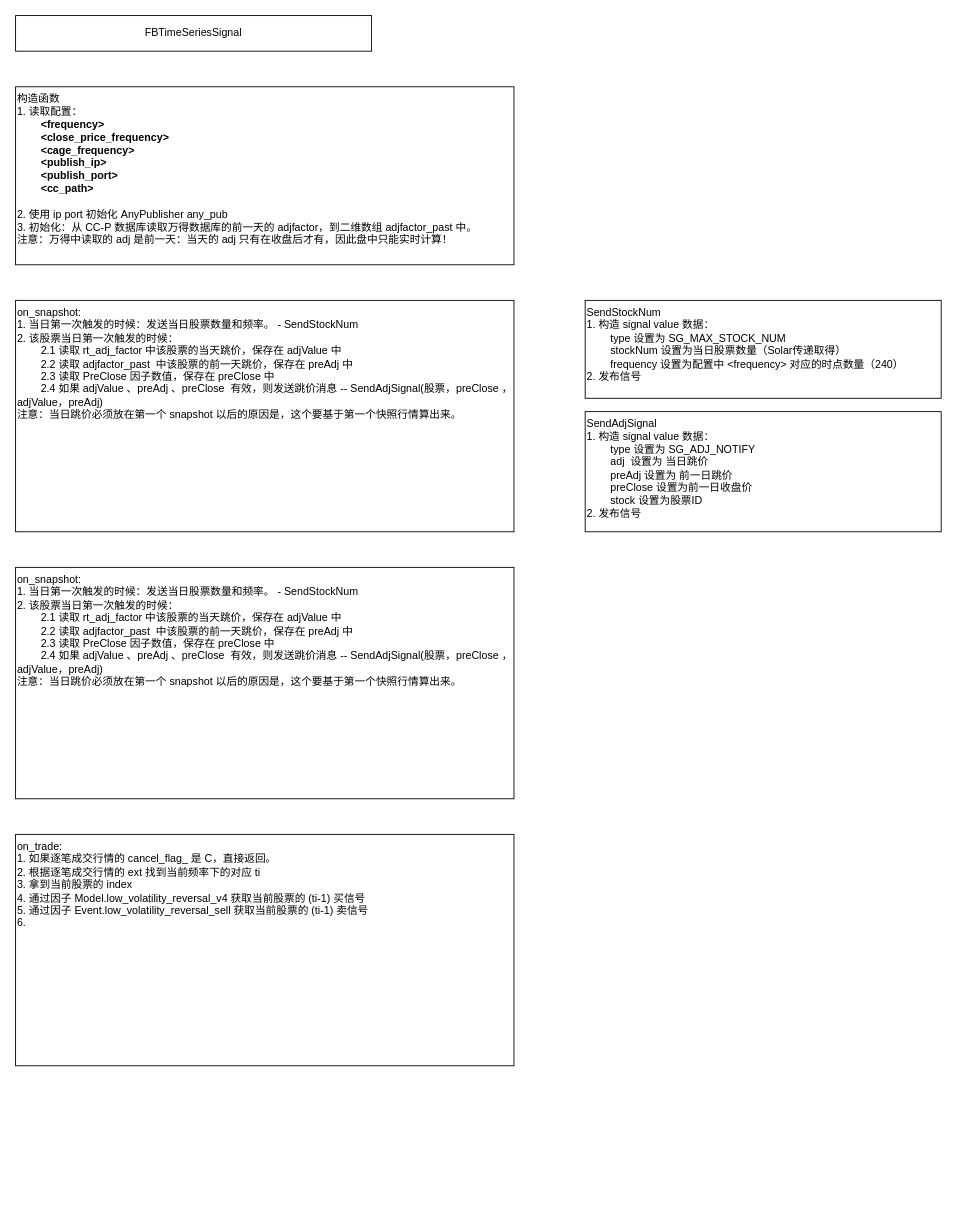
Earlier version of the draw.io diagram 股票时序.drawio (zhaxd123/drawio). Source tidied: cells renumbered, new cells numbered last; positions are measured from the earlier drawing's top-left corner, leaving out a move shared by most shapes. Both pictures are drawn from the tidied source at 89%, with x=0, y=0 at pixel (15, 15).
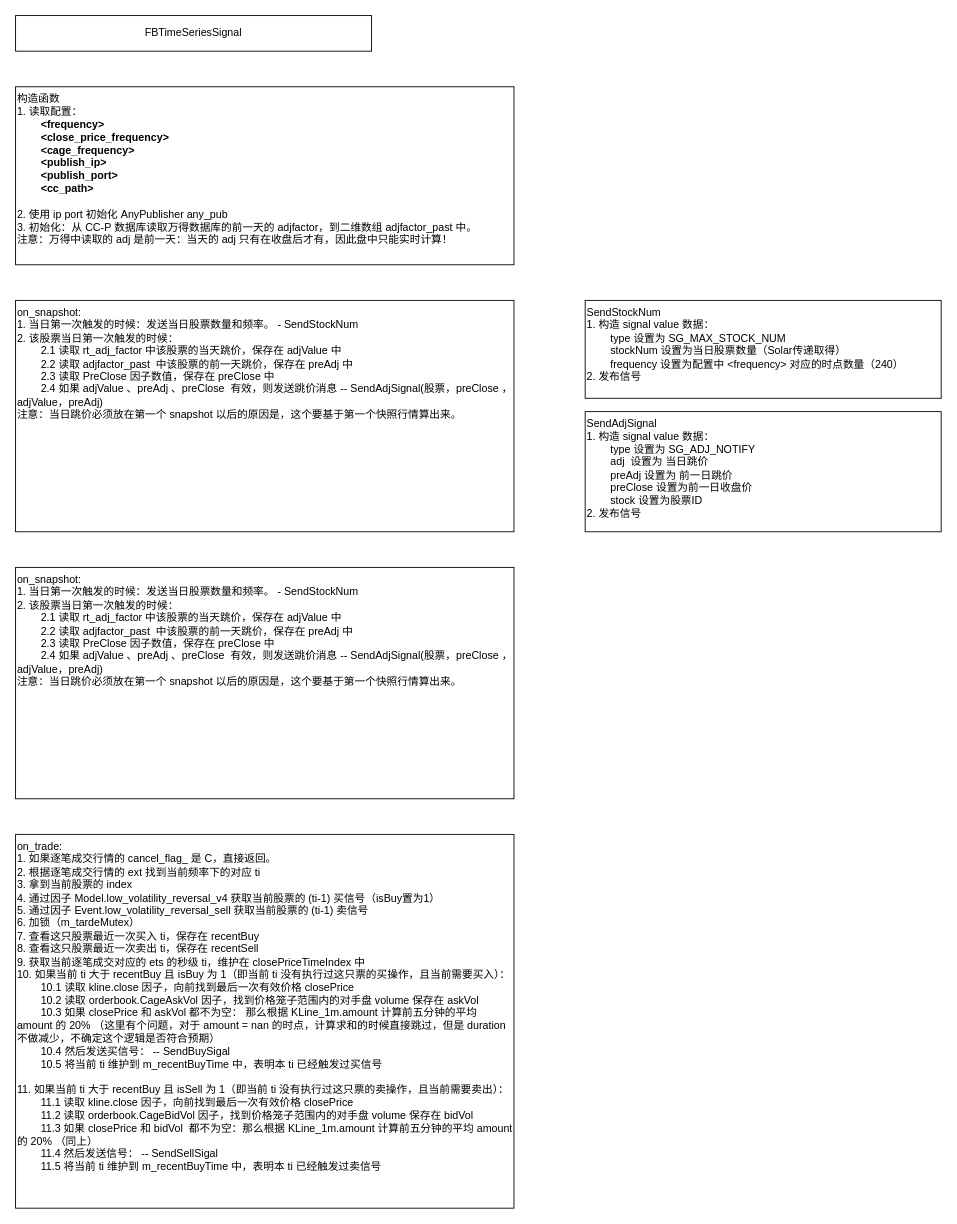
After the change.

Commit message:
更新股票时序.drawio

Diff of the diagram source:
```diff
@@
 <mxGraphModel>
   <root>
     <mxCell id="0" />
     <mxCell id="1" parent="0" />
     <mxCell id="2" value="FBTimeSeriesSignal" style="rounded=0;whiteSpace=wrap;html=1;" parent="1" vertex="1">
       <mxGeometry width="400" height="40" as="geometry" />
     </mxCell>
     <mxCell id="3" value="构造函数&lt;div&gt;1.&amp;nbsp;读取配置：&lt;/div&gt;&lt;div&gt;&lt;b&gt;&lt;span style=&quot;white-space: pre;&quot;&gt;&#9;&lt;/span&gt;&amp;lt;frequency&amp;gt;&amp;nbsp;&lt;/b&gt;&lt;/div&gt;&lt;div&gt;&lt;b&gt;&lt;span style=&quot;white-space: pre;&quot;&gt;&#9;&lt;/span&gt;&amp;lt;close_price_frequency&amp;gt;&amp;nbsp;&lt;/b&gt;&lt;/div&gt;&lt;div&gt;&lt;b&gt;&lt;span style=&quot;white-space: pre;&quot;&gt;&#9;&lt;/span&gt;&amp;lt;cage_frequency&amp;gt;&lt;br&gt;&lt;/b&gt;&lt;/div&gt;&lt;div&gt;&lt;b&gt;&lt;span style=&quot;white-space: pre;&quot;&gt;&#9;&lt;/span&gt;&amp;lt;publish_ip&amp;gt;&lt;br&gt;&lt;/b&gt;&lt;/div&gt;&lt;div&gt;&lt;b&gt;&lt;span style=&quot;white-space: pre;&quot;&gt;&#9;&lt;/span&gt;&amp;lt;publish_port&amp;gt;&lt;/b&gt;&lt;/div&gt;&lt;div&gt;&lt;b&gt;&lt;span style=&quot;white-space: pre;&quot;&gt;&#9;&lt;/span&gt;&amp;lt;cc_path&amp;gt;&lt;/b&gt;&lt;br&gt;&lt;/div&gt;&lt;div&gt;&lt;br&gt;&lt;/div&gt;&lt;div&gt;2.&amp;nbsp;使用&amp;nbsp;ip&amp;nbsp;port&amp;nbsp;初始化 AnyPublisher any_pub&lt;/div&gt;&lt;div&gt;3.&amp;nbsp;初始化：从 CC-P&amp;nbsp;数据库读取万得数据库的前一天的 adjfactor，到二维数组 adjfactor_past&amp;nbsp;中。&lt;/div&gt;&lt;div&gt;注意：万得中读取的 adj&amp;nbsp;&lt;span style=&quot;background-color: transparent; color: light-dark(rgb(0, 0, 0), rgb(255, 255, 255));&quot;&gt;是前一天：当天的 adj 只有在收盘后才有，因此盘中只能实时计算！&lt;/span&gt;&lt;/div&gt;&lt;div&gt;&lt;br&gt;&lt;/div&gt;&lt;div&gt;&lt;br&gt;&lt;/div&gt;" style="rounded=0;whiteSpace=wrap;html=1;align=left;verticalAlign=top;" parent="1" vertex="1">
       <mxGeometry y="80" width="560" height="200" as="geometry" />
     </mxCell>
     <mxCell id="4" value="&lt;div&gt;on_snapshot:&lt;/div&gt;&lt;div&gt;1.&amp;nbsp;当日第一次触发的时候：发送当日股票数量和频率。 - SendStockNum&lt;/div&gt;&lt;div&gt;2.&amp;nbsp;&lt;span style=&quot;background-color: transparent; color: light-dark(rgb(0, 0, 0), rgb(255, 255, 255));&quot;&gt;该股票当日第一次触发的时候：&lt;/span&gt;&lt;/div&gt;&lt;div&gt;&lt;span style=&quot;white-space: pre;&quot;&gt;&#9;&lt;/span&gt;2.1&amp;nbsp;读取&amp;nbsp;rt_adj_factor&amp;nbsp;中该股票的当天跳价，保存在&amp;nbsp;adjValue&amp;nbsp;中&lt;br&gt;&lt;/div&gt;&lt;div&gt;&lt;span style=&quot;white-space: pre;&quot;&gt;&#9;&lt;/span&gt;2.2&amp;nbsp;读取&amp;nbsp;&lt;span style=&quot;background-color: transparent; color: light-dark(rgb(0, 0, 0), rgb(255, 255, 255));&quot;&gt;adjfactor_past&amp;nbsp; 中该股票的前一天跳价，保存在&amp;nbsp;preAdj&amp;nbsp;中&lt;/span&gt;&lt;br&gt;&lt;/div&gt;&lt;div&gt;&lt;span style=&quot;background-color: transparent; color: light-dark(rgb(0, 0, 0), rgb(255, 255, 255));&quot;&gt;&lt;span style=&quot;white-space: pre;&quot;&gt;&#9;&lt;/span&gt;2.3&amp;nbsp;读取 PreClose&amp;nbsp;因子数值，保存在&amp;nbsp;preClose&amp;nbsp;中&lt;br&gt;&lt;/span&gt;&lt;/div&gt;&lt;div&gt;&lt;span style=&quot;white-space: pre;&quot;&gt;&#9;&lt;/span&gt;2.4&amp;nbsp;如果&amp;nbsp;&lt;span style=&quot;background-color: transparent; color: light-dark(rgb(0, 0, 0), rgb(255, 255, 255));&quot;&gt;adjValue 、&lt;/span&gt;&lt;span style=&quot;background-color: transparent; color: light-dark(rgb(0, 0, 0), rgb(255, 255, 255));&quot;&gt;preAdj 、&lt;/span&gt;&lt;span style=&quot;background-color: transparent; color: light-dark(rgb(0, 0, 0), rgb(255, 255, 255));&quot;&gt;preClose&amp;nbsp; 有效，则发送跳价消息 -- SendAdjSignal(股票，&lt;/span&gt;preClose&amp;nbsp;&lt;span style=&quot;background-color: transparent; color: light-dark(rgb(0, 0, 0), rgb(255, 255, 255));&quot;&gt;，&lt;/span&gt;&lt;span style=&quot;background-color: transparent; color: light-dark(rgb(0, 0, 0), rgb(255, 255, 255));&quot;&gt;adjValue，&lt;/span&gt;&lt;span style=&quot;background-color: transparent; color: light-dark(rgb(0, 0, 0), rgb(255, 255, 255));&quot;&gt;preAdj&lt;/span&gt;&lt;span style=&quot;background-color: transparent; color: light-dark(rgb(0, 0, 0), rgb(255, 255, 255));&quot;&gt;)&lt;/span&gt;&lt;/div&gt;&lt;div&gt;注意：当日跳价必须放在第一个 snapshot 以后的原因是，这个要基于第一个快照行情算出来。&lt;/div&gt;" style="rounded=0;whiteSpace=wrap;html=1;align=left;verticalAlign=top;" parent="1" vertex="1">
       <mxGeometry y="320" width="560" height="260" as="geometry" />
     </mxCell>
     <mxCell id="5" value="SendStockNum&lt;div&gt;1. 构造&amp;nbsp;signal&amp;nbsp;value&amp;nbsp;数据：&lt;/div&gt;&lt;div&gt;&lt;span style=&quot;background-color: transparent; color: light-dark(rgb(0, 0, 0), rgb(255, 255, 255));&quot;&gt;&lt;span style=&quot;white-space: pre;&quot;&gt;&#9;&lt;/span&gt;type&amp;nbsp;设置为 SG_MAX_STOCK_NUM&lt;/span&gt;&lt;/div&gt;&lt;div&gt;&lt;span style=&quot;background-color: transparent; color: light-dark(rgb(0, 0, 0), rgb(255, 255, 255));&quot;&gt;&lt;span style=&quot;white-space: pre;&quot;&gt;&#9;&lt;/span&gt;stockNum&amp;nbsp;设置为当日股票数量（Solar传递取得）&lt;br&gt;&lt;/span&gt;&lt;/div&gt;&lt;div&gt;&lt;span style=&quot;background-color: transparent; color: light-dark(rgb(0, 0, 0), rgb(255, 255, 255));&quot;&gt;&lt;span style=&quot;white-space: pre;&quot;&gt;&#9;&lt;/span&gt;frequency 设置为配置中 &amp;lt;&lt;/span&gt;&lt;span style=&quot;background-color: transparent; color: light-dark(rgb(0, 0, 0), rgb(255, 255, 255));&quot;&gt;frequency&lt;/span&gt;&lt;span style=&quot;background-color: transparent; color: light-dark(rgb(0, 0, 0), rgb(255, 255, 255));&quot;&gt;&amp;gt;&amp;nbsp;对应的时点数量（240）&lt;/span&gt;&lt;/div&gt;&lt;div&gt;&lt;span style=&quot;background-color: transparent; color: light-dark(rgb(0, 0, 0), rgb(255, 255, 255));&quot;&gt;2.&amp;nbsp;发布信号&lt;/span&gt;&lt;/div&gt;" style="rounded=0;whiteSpace=wrap;html=1;align=left;verticalAlign=top;" parent="1" vertex="1">
       <mxGeometry x="640" y="320" width="400" height="110" as="geometry" />
     </mxCell>
     <mxCell id="6" value="SendAdjSignal&lt;br&gt;&lt;div&gt;1. 构造&amp;nbsp;signal&amp;nbsp;value&amp;nbsp;数据：&lt;/div&gt;&lt;div&gt;&lt;span style=&quot;white-space: pre;&quot;&gt;&#9;&lt;/span&gt;type&amp;nbsp;设置为 SG_ADJ_NOTIFY&lt;br&gt;&lt;/div&gt;&lt;div&gt;&lt;span style=&quot;white-space: pre;&quot;&gt;&#9;&lt;/span&gt;adj&amp;nbsp; 设置为&amp;nbsp;当日跳价&lt;/div&gt;&lt;div&gt;&lt;span style=&quot;white-space: pre;&quot;&gt;&#9;&lt;/span&gt;preAdj 设置为&amp;nbsp;前一日跳价&lt;br&gt;&lt;/div&gt;&lt;div&gt;&lt;span style=&quot;white-space: pre;&quot;&gt;&#9;&lt;/span&gt;preClose 设置为前一日收盘价&lt;br&gt;&lt;/div&gt;&lt;div&gt;&lt;span style=&quot;white-space: pre;&quot;&gt;&#9;&lt;/span&gt;stock 设置为股票ID&lt;br&gt;&lt;/div&gt;&lt;div&gt;2.&amp;nbsp;发布信号&lt;/div&gt;" style="rounded=0;whiteSpace=wrap;html=1;align=left;verticalAlign=top;" parent="1" vertex="1">
       <mxGeometry x="640" y="445" width="400" height="135" as="geometry" />
     </mxCell>
     <mxCell id="7" value="&lt;div&gt;on_snapshot:&lt;/div&gt;&lt;div&gt;1.&amp;nbsp;当日第一次触发的时候：发送当日股票数量和频率。 - SendStockNum&lt;/div&gt;&lt;div&gt;2.&amp;nbsp;&lt;span style=&quot;background-color: transparent; color: light-dark(rgb(0, 0, 0), rgb(255, 255, 255));&quot;&gt;该股票当日第一次触发的时候：&lt;/span&gt;&lt;/div&gt;&lt;div&gt;&lt;span style=&quot;white-space: pre;&quot;&gt;&#9;&lt;/span&gt;2.1&amp;nbsp;读取&amp;nbsp;rt_adj_factor&amp;nbsp;中该股票的当天跳价，保存在&amp;nbsp;adjValue&amp;nbsp;中&lt;br&gt;&lt;/div&gt;&lt;div&gt;&lt;span style=&quot;white-space: pre;&quot;&gt;&#9;&lt;/span&gt;2.2&amp;nbsp;读取&amp;nbsp;&lt;span style=&quot;background-color: transparent; color: light-dark(rgb(0, 0, 0), rgb(255, 255, 255));&quot;&gt;adjfactor_past&amp;nbsp; 中该股票的前一天跳价，保存在&amp;nbsp;preAdj&amp;nbsp;中&lt;/span&gt;&lt;br&gt;&lt;/div&gt;&lt;div&gt;&lt;span style=&quot;background-color: transparent; color: light-dark(rgb(0, 0, 0), rgb(255, 255, 255));&quot;&gt;&lt;span style=&quot;white-space: pre;&quot;&gt;&#9;&lt;/span&gt;2.3&amp;nbsp;读取 PreClose&amp;nbsp;因子数值，保存在&amp;nbsp;preClose&amp;nbsp;中&lt;br&gt;&lt;/span&gt;&lt;/div&gt;&lt;div&gt;&lt;span style=&quot;white-space: pre;&quot;&gt;&#9;&lt;/span&gt;2.4&amp;nbsp;如果&amp;nbsp;&lt;span style=&quot;background-color: transparent; color: light-dark(rgb(0, 0, 0), rgb(255, 255, 255));&quot;&gt;adjValue 、&lt;/span&gt;&lt;span style=&quot;background-color: transparent; color: light-dark(rgb(0, 0, 0), rgb(255, 255, 255));&quot;&gt;preAdj 、&lt;/span&gt;&lt;span style=&quot;background-color: transparent; color: light-dark(rgb(0, 0, 0), rgb(255, 255, 255));&quot;&gt;preClose&amp;nbsp; 有效，则发送跳价消息 -- SendAdjSignal(股票，&lt;/span&gt;preClose&amp;nbsp;&lt;span style=&quot;background-color: transparent; color: light-dark(rgb(0, 0, 0), rgb(255, 255, 255));&quot;&gt;，&lt;/span&gt;&lt;span style=&quot;background-color: transparent; color: light-dark(rgb(0, 0, 0), rgb(255, 255, 255));&quot;&gt;adjValue，&lt;/span&gt;&lt;span style=&quot;background-color: transparent; color: light-dark(rgb(0, 0, 0), rgb(255, 255, 255));&quot;&gt;preAdj&lt;/span&gt;&lt;span style=&quot;background-color: transparent; color: light-dark(rgb(0, 0, 0), rgb(255, 255, 255));&quot;&gt;)&lt;/span&gt;&lt;/div&gt;&lt;div&gt;注意：当日跳价必须放在第一个 snapshot 以后的原因是，这个要基于第一个快照行情算出来。&lt;/div&gt;" style="rounded=0;whiteSpace=wrap;html=1;align=left;verticalAlign=top;" parent="1" vertex="1">
       <mxGeometry y="620" width="560" height="260" as="geometry" />
     </mxCell>
-    <mxCell id="8" value="&lt;div&gt;on_trade:&lt;/div&gt;&lt;div&gt;1.&amp;nbsp;如果逐笔成交行情的 cancel_flag_ 是 C，直接返回。&lt;br&gt;&lt;/div&gt;&lt;div&gt;2.&amp;nbsp;根据逐笔成交行情的&amp;nbsp;ext&amp;nbsp;找到当前频率下的对应&amp;nbsp;ti&lt;/div&gt;&lt;div&gt;3.&amp;nbsp;拿到当前股票的&amp;nbsp;index&lt;/div&gt;&lt;div&gt;4.&amp;nbsp;通过因子 Model.low_volatility_reversal_v4&amp;nbsp;获取当前股票的 (ti-1) 买信号&lt;/div&gt;&lt;div&gt;5.&amp;nbsp;通过因子 Event.&lt;span style=&quot;background-color: transparent; color: light-dark(rgb(0, 0, 0), rgb(255, 255, 255));&quot;&gt;low_volatility_reversal_sell&amp;nbsp;获取当前股票的 (ti-1) 卖信号&lt;/span&gt;&lt;/div&gt;&lt;div&gt;&lt;span style=&quot;background-color: transparent; color: light-dark(rgb(0, 0, 0), rgb(255, 255, 255));&quot;&gt;6.&amp;nbsp;&lt;/span&gt;&lt;/div&gt;&lt;div&gt;&lt;br&gt;&lt;/div&gt;" style="rounded=0;whiteSpace=wrap;html=1;align=left;verticalAlign=top;" parent="1" vertex="1">
-      <mxGeometry y="920" width="560" height="260" as="geometry" />
+    <mxCell id="8" value="&lt;div&gt;on_trade:&lt;/div&gt;&lt;div&gt;1.&amp;nbsp;如果逐笔成交行情的 cancel_flag_ 是 C，直接返回。&lt;br&gt;&lt;/div&gt;&lt;div&gt;2.&amp;nbsp;根据逐笔成交行情的&amp;nbsp;ext&amp;nbsp;找到当前频率下的对应&amp;nbsp;ti&lt;/div&gt;&lt;div&gt;3.&amp;nbsp;拿到当前股票的&amp;nbsp;index&lt;/div&gt;&lt;div&gt;4.&amp;nbsp;通过因子 Model.low_volatility_reversal_v4&amp;nbsp;获取当前股票的 (ti-1) 买信号（isBuy置为1）&lt;/div&gt;&lt;div&gt;5.&amp;nbsp;通过因子 Event.&lt;span style=&quot;background-color: transparent; color: light-dark(rgb(0, 0, 0), rgb(255, 255, 255));&quot;&gt;low_volatility_reversal_sell&amp;nbsp;获取当前股票的 (ti-1) 卖信号&lt;/span&gt;&lt;/div&gt;&lt;div&gt;&lt;span style=&quot;background-color: transparent; color: light-dark(rgb(0, 0, 0), rgb(255, 255, 255));&quot;&gt;6. 加锁（m_tardeMutex&lt;/span&gt;&lt;span style=&quot;background-color: transparent; color: light-dark(rgb(0, 0, 0), rgb(255, 255, 255));&quot;&gt;）&lt;/span&gt;&lt;/div&gt;&lt;div&gt;&lt;span style=&quot;background-color: transparent; color: light-dark(rgb(0, 0, 0), rgb(255, 255, 255));&quot;&gt;7. 查看这只股票最近一次买入 ti，保存在 recentBuy&lt;/span&gt;&lt;/div&gt;&lt;div&gt;&lt;span style=&quot;background-color: transparent; color: light-dark(rgb(0, 0, 0), rgb(255, 255, 255));&quot;&gt;8. 查看这只股票最近一次卖出 ti，保存在 recentSell&lt;/span&gt;&lt;/div&gt;&lt;div&gt;9. 获取当前逐笔成交对应的 ets 的秒级 ti，维护在 closePriceTimeIndex 中&lt;/div&gt;&lt;div&gt;10.&amp;nbsp;如果当前&amp;nbsp;ti&amp;nbsp;大于&amp;nbsp;&lt;span style=&quot;background-color: transparent; color: light-dark(rgb(0, 0, 0), rgb(255, 255, 255));&quot;&gt;recentBuy 且&amp;nbsp;&lt;/span&gt;&lt;span style=&quot;background-color: transparent; color: light-dark(rgb(0, 0, 0), rgb(255, 255, 255));&quot;&gt;isBuy&amp;nbsp;为 1（即当前&amp;nbsp;ti&amp;nbsp;没有执行过这只票的买操作，且当前需要买入）：&lt;/span&gt;&lt;/div&gt;&lt;div&gt;&lt;span style=&quot;background-color: transparent; color: light-dark(rgb(0, 0, 0), rgb(255, 255, 255));&quot;&gt;&lt;span style=&quot;white-space: pre;&quot;&gt;&#9;&lt;/span&gt;10.1 读取&amp;nbsp;kline.close&amp;nbsp;因子，向前找到最后一次有效价格 closePrice&lt;br&gt;&lt;/span&gt;&lt;/div&gt;&lt;div&gt;&lt;span style=&quot;background-color: transparent; color: light-dark(rgb(0, 0, 0), rgb(255, 255, 255));&quot;&gt;&lt;span style=&quot;white-space: pre;&quot;&gt;&#9;&lt;/span&gt;10.2&amp;nbsp;读取&amp;nbsp;orderbook.CageAskVol&amp;nbsp;因子，找到价格笼子范围内的对手盘 volume 保存在&amp;nbsp;&lt;/span&gt;&lt;span style=&quot;background-color: transparent; color: light-dark(rgb(0, 0, 0), rgb(255, 255, 255));&quot;&gt;askVol&lt;/span&gt;&lt;span style=&quot;background-color: transparent; color: light-dark(rgb(0, 0, 0), rgb(255, 255, 255));&quot;&gt;&amp;nbsp;&lt;/span&gt;&lt;span style=&quot;background-color: transparent; color: light-dark(rgb(0, 0, 0), rgb(255, 255, 255));&quot;&gt;&lt;br&gt;&lt;/span&gt;&lt;/div&gt;&lt;div&gt;&lt;span style=&quot;background-color: transparent; color: light-dark(rgb(0, 0, 0), rgb(255, 255, 255));&quot;&gt;&lt;span style=&quot;white-space: pre;&quot;&gt;&#9;&lt;/span&gt;10.3 如果&amp;nbsp;&lt;/span&gt;closePrice&amp;nbsp;&lt;span style=&quot;background-color: transparent; color: light-dark(rgb(0, 0, 0), rgb(255, 255, 255));&quot;&gt;和 askVol 都不为空： 那么根据 KLine_1m.amount 计算前五分钟的平均 amount 的 20% （这里有个问题，对于 amount = nan 的时点，计算求和的时候直接跳过，但是 duration不做减少，不确定这个逻辑是否符合预期）&lt;br&gt;&lt;/span&gt;&lt;/div&gt;&lt;div&gt;&lt;span style=&quot;background-color: transparent; color: light-dark(rgb(0, 0, 0), rgb(255, 255, 255));&quot;&gt;&lt;span style=&quot;white-space: pre;&quot;&gt;&#9;&lt;/span&gt;10.4 然后发送买信号： -- SendBuySigal&lt;br&gt;&lt;/span&gt;&lt;/div&gt;&lt;div&gt;&lt;span style=&quot;background-color: transparent; color: light-dark(rgb(0, 0, 0), rgb(255, 255, 255));&quot;&gt;&lt;span style=&quot;white-space: pre;&quot;&gt;&#9;&lt;/span&gt;10.5 将当前 ti 维护到 m_recentBuyTime 中，表明本 ti 已经触发过买信号&lt;br&gt;&lt;/span&gt;&lt;/div&gt;&lt;div&gt;&lt;span style=&quot;background-color: transparent; color: light-dark(rgb(0, 0, 0), rgb(255, 255, 255));&quot;&gt;&lt;br&gt;&lt;/span&gt;&lt;/div&gt;&lt;div&gt;&lt;div&gt;11.&amp;nbsp;如果当前&amp;nbsp;ti&amp;nbsp;大于&amp;nbsp;&lt;span style=&quot;background-color: transparent; color: light-dark(rgb(0, 0, 0), rgb(255, 255, 255));&quot;&gt;recentBuy 且&amp;nbsp;&lt;/span&gt;&lt;span style=&quot;background-color: transparent; color: light-dark(rgb(0, 0, 0), rgb(255, 255, 255));&quot;&gt;isSell 为 1（即当前&amp;nbsp;ti&amp;nbsp;没有执行过这只票的卖操作，且当前需要卖出）：&lt;/span&gt;&lt;/div&gt;&lt;div&gt;&lt;span style=&quot;background-color: transparent; color: light-dark(rgb(0, 0, 0), rgb(255, 255, 255));&quot;&gt;&lt;span style=&quot;white-space: pre;&quot;&gt;&#9;&lt;/span&gt;11.1 读取&amp;nbsp;kline.close&amp;nbsp;因子，向前找到最后一次有效价格 closePrice&lt;br&gt;&lt;/span&gt;&lt;/div&gt;&lt;div&gt;&lt;span style=&quot;background-color: transparent; color: light-dark(rgb(0, 0, 0), rgb(255, 255, 255));&quot;&gt;&lt;span style=&quot;white-space: pre;&quot;&gt;&#9;&lt;/span&gt;11.2&amp;nbsp;读取&amp;nbsp;orderbook.CageBidVol&amp;nbsp;因子，找到价格笼子范围内的对手盘 volume 保存在 bid&lt;/span&gt;&lt;span style=&quot;background-color: transparent; color: light-dark(rgb(0, 0, 0), rgb(255, 255, 255));&quot;&gt;Vol&lt;/span&gt;&lt;span style=&quot;background-color: transparent; color: light-dark(rgb(0, 0, 0), rgb(255, 255, 255));&quot;&gt;&amp;nbsp;&lt;/span&gt;&lt;span style=&quot;background-color: transparent; color: light-dark(rgb(0, 0, 0), rgb(255, 255, 255));&quot;&gt;&lt;br&gt;&lt;/span&gt;&lt;/div&gt;&lt;div&gt;&lt;span style=&quot;background-color: transparent; color: light-dark(rgb(0, 0, 0), rgb(255, 255, 255));&quot;&gt;&lt;span style=&quot;white-space: pre;&quot;&gt;&#9;&lt;/span&gt;11.3 如果&amp;nbsp;&lt;/span&gt;closePrice&amp;nbsp;&lt;span style=&quot;background-color: transparent; color: light-dark(rgb(0, 0, 0), rgb(255, 255, 255));&quot;&gt;和&amp;nbsp;&lt;/span&gt;&lt;span style=&quot;color: light-dark(rgb(0, 0, 0), rgb(255, 255, 255)); background-color: transparent;&quot;&gt;bid&lt;/span&gt;&lt;span style=&quot;color: light-dark(rgb(0, 0, 0), rgb(255, 255, 255)); background-color: transparent;&quot;&gt;Vol&lt;/span&gt;&lt;span style=&quot;color: light-dark(rgb(0, 0, 0), rgb(255, 255, 255)); background-color: transparent;&quot;&gt;&amp;nbsp;&amp;nbsp;&lt;/span&gt;&lt;span style=&quot;background-color: transparent; color: light-dark(rgb(0, 0, 0), rgb(255, 255, 255));&quot;&gt;都不为空：那么根据 KLine_1m.amount 计算前五分钟的平均 amount 的 20% （同上）&lt;br&gt;&lt;/span&gt;&lt;/div&gt;&lt;div&gt;&lt;span style=&quot;background-color: transparent; color: light-dark(rgb(0, 0, 0), rgb(255, 255, 255));&quot;&gt;&lt;span style=&quot;white-space: pre;&quot;&gt;&#9;&lt;/span&gt;11.4 然后发送信号： -- SendSellSigal&lt;/span&gt;&lt;/div&gt;&lt;/div&gt;&lt;div&gt;&lt;span style=&quot;white-space: pre;&quot;&gt;&#9;&lt;/span&gt;11.5&amp;nbsp;&lt;span style=&quot;background-color: transparent; color: light-dark(rgb(0, 0, 0), rgb(255, 255, 255));&quot;&gt;&lt;/span&gt;&lt;span style=&quot;background-color: transparent; color: light-dark(rgb(0, 0, 0), rgb(255, 255, 255));&quot;&gt;将当前 ti 维护到 m_recentBuyTime 中，表明本 ti 已经触发过卖信号&lt;/span&gt;&lt;/div&gt;" style="rounded=0;whiteSpace=wrap;html=1;align=left;verticalAlign=top;" parent="1" vertex="1">
+      <mxGeometry y="920" width="560" height="420" as="geometry" />
     </mxCell>
   </root>
 </mxGraphModel>
```
